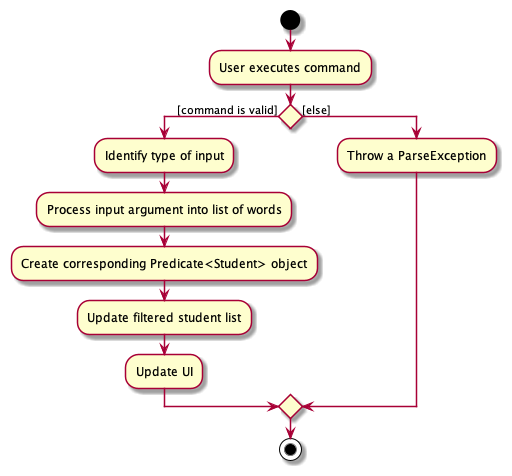
This is docs/images/SearchActivityDiagram.png from nus-cs2103-AY2122S1/tp, a PlantUML export, as it was before one commit.
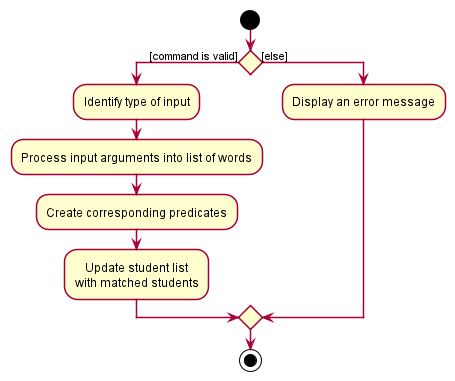
The same diagram one commit later.

What changed in the source:
```diff
@@ -1,17 +1,14 @@
 @startuml
+!include style.puml
 
 start
-
-:User executes command;
-
 if () then ([command is valid])
-    :Identify type of input;
-    :Process input argument into list of words;
-	:Create corresponding Predicate<Student> object;
-	:Update filtered student list;
-	:Update UI;
+  :Identify type of input;
+  :Process input arguments into list of words;
+	:Create corresponding predicates;
+	:Update student list\nwith matched students;
 else ([else])
-	:Throw a ParseException;
+	:Display an error message;
 endif
 
 stop
```
